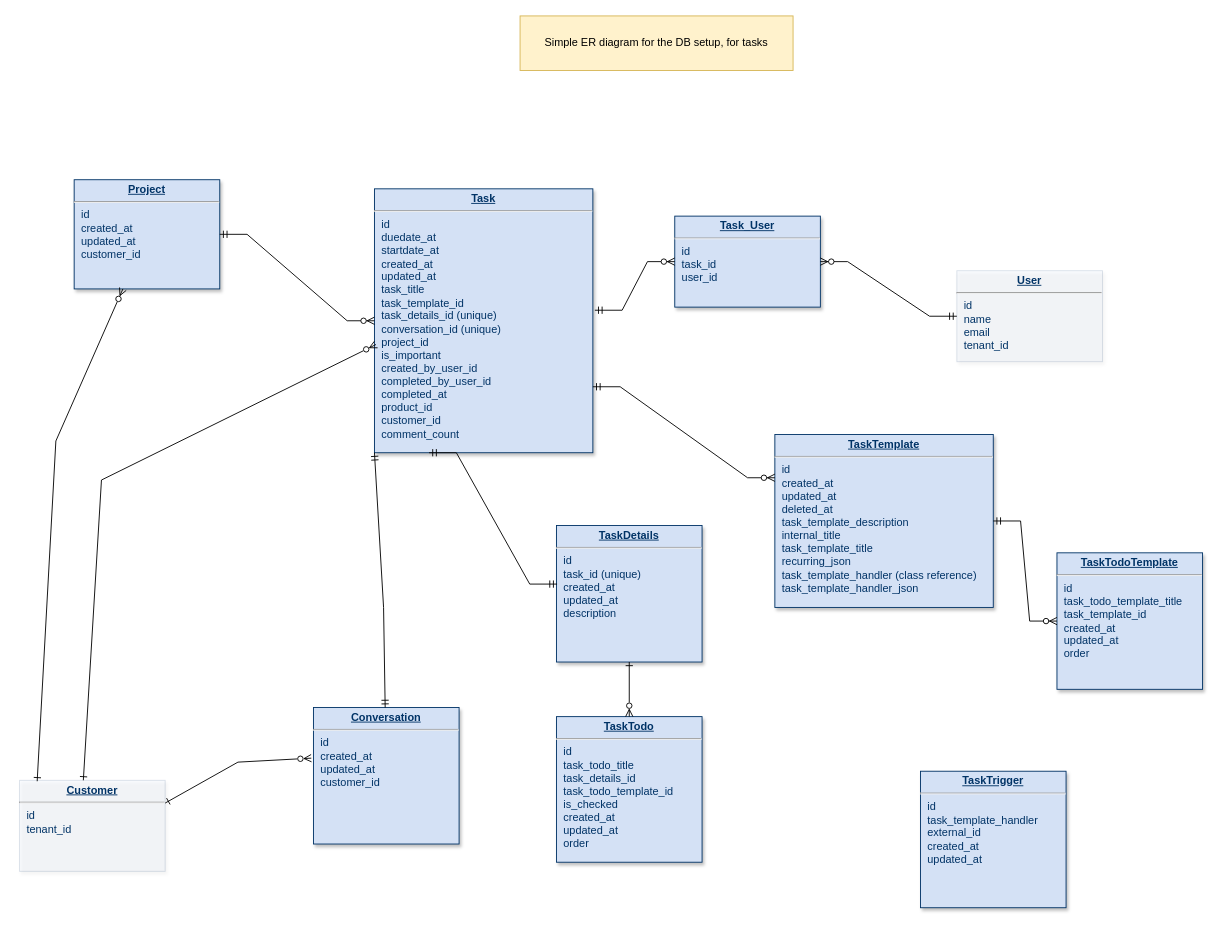
The draw.io diagram tasks.drawio in sanderha/diagrams-repo, before the edit. Source tidied: cells renumbered, new cells numbered last; positions are measured from the earlier drawing's top-left corner, leaving out a move shared by most shapes. Both pictures are drawn from the tidied source at 91%, with x=0, y=0 at pixel (19, 15).
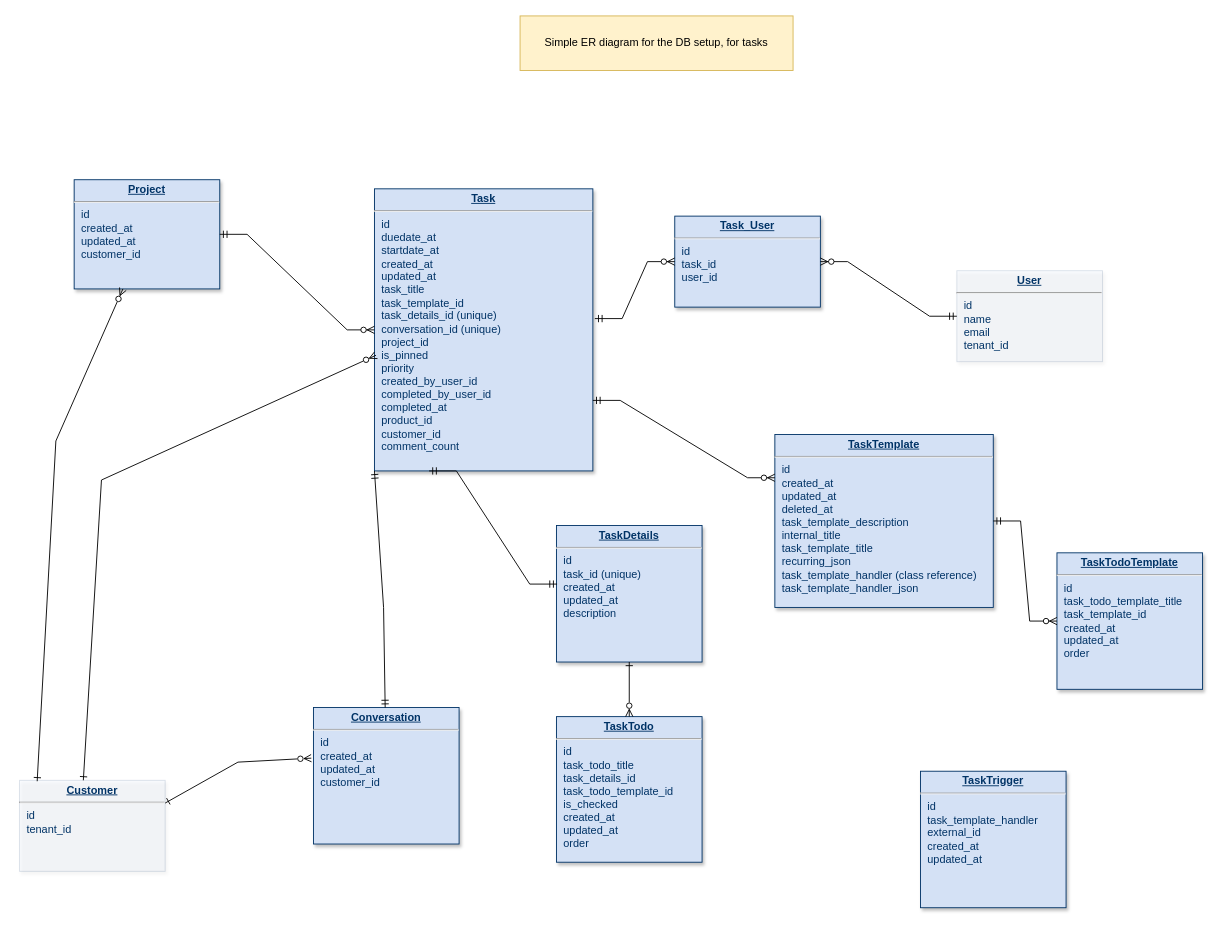
Above is the later version.

The edit, as a diff of the source:
```diff
@@
-    <mxCell id="3" value="&lt;p style=&quot;margin: 0px ; margin-top: 4px ; text-align: center ; text-decoration: underline&quot;&gt;&lt;strong&gt;Task&lt;/strong&gt;&lt;/p&gt;&lt;hr&gt;&lt;p style=&quot;margin: 0px ; margin-left: 8px&quot;&gt;id&lt;/p&gt;&lt;p style=&quot;margin: 0px ; margin-left: 8px&quot;&gt;duedate_at&lt;/p&gt;&lt;p style=&quot;margin: 0px ; margin-left: 8px&quot;&gt;startdate_at&lt;/p&gt;&lt;p style=&quot;margin: 0px ; margin-left: 8px&quot;&gt;created_at&lt;/p&gt;&lt;p style=&quot;margin: 0px ; margin-left: 8px&quot;&gt;updated_at&lt;br&gt;&lt;/p&gt;&lt;p style=&quot;margin: 0px ; margin-left: 8px&quot;&gt;task_title&lt;/p&gt;&lt;p style=&quot;margin: 0px ; margin-left: 8px&quot;&gt;task_template_id&lt;/p&gt;&lt;p style=&quot;margin: 0px ; margin-left: 8px&quot;&gt;task_details_id (unique)&lt;br&gt;&lt;/p&gt;&lt;p style=&quot;margin: 0px ; margin-left: 8px&quot;&gt;conversation_id (unique)&lt;/p&gt;&lt;p style=&quot;margin: 0px ; margin-left: 8px&quot;&gt;project_id&lt;br&gt;&lt;/p&gt;&lt;p style=&quot;margin: 0px ; margin-left: 8px&quot;&gt;is_important&lt;/p&gt;&lt;p style=&quot;margin: 0px ; margin-left: 8px&quot;&gt;created_by_user_id&lt;/p&gt;&lt;p style=&quot;margin: 0px ; margin-left: 8px&quot;&gt;completed_by_user_id&lt;/p&gt;&lt;p style=&quot;margin: 0px ; margin-left: 8px&quot;&gt;completed_at&lt;/p&gt;&lt;p style=&quot;margin: 0px ; margin-left: 8px&quot;&gt;product_id&lt;/p&gt;&lt;p style=&quot;margin: 0px ; margin-left: 8px&quot;&gt;customer_id&lt;/p&gt;&lt;p style=&quot;margin: 0px ; margin-left: 8px&quot;&gt;comment_count&lt;br&gt;&lt;/p&gt;" style="verticalAlign=top;align=left;overflow=fill;fontSize=12;fontFamily=Helvetica;html=1;strokeColor=#003366;shadow=1;fillColor=#D4E1F5;fontColor=#003366;" parent="1" vertex="1">
-      <mxGeometry x="390" y="190" width="240" height="290" as="geometry" />
+    <mxCell id="3" value="&lt;p style=&quot;margin: 0px ; margin-top: 4px ; text-align: center ; text-decoration: underline&quot;&gt;&lt;strong&gt;Task&lt;/strong&gt;&lt;/p&gt;&lt;hr&gt;&lt;p style=&quot;margin: 0px ; margin-left: 8px&quot;&gt;id&lt;/p&gt;&lt;p style=&quot;margin: 0px ; margin-left: 8px&quot;&gt;duedate_at&lt;/p&gt;&lt;p style=&quot;margin: 0px ; margin-left: 8px&quot;&gt;startdate_at&lt;/p&gt;&lt;p style=&quot;margin: 0px ; margin-left: 8px&quot;&gt;created_at&lt;/p&gt;&lt;p style=&quot;margin: 0px ; margin-left: 8px&quot;&gt;updated_at&lt;br&gt;&lt;/p&gt;&lt;p style=&quot;margin: 0px ; margin-left: 8px&quot;&gt;task_title&lt;/p&gt;&lt;p style=&quot;margin: 0px ; margin-left: 8px&quot;&gt;task_template_id&lt;/p&gt;&lt;p style=&quot;margin: 0px ; margin-left: 8px&quot;&gt;task_details_id (unique)&lt;br&gt;&lt;/p&gt;&lt;p style=&quot;margin: 0px ; margin-left: 8px&quot;&gt;conversation_id (unique)&lt;/p&gt;&lt;p style=&quot;margin: 0px ; margin-left: 8px&quot;&gt;project_id&lt;br&gt;&lt;/p&gt;&lt;p style=&quot;margin: 0px ; margin-left: 8px&quot;&gt;is_pinned&lt;/p&gt;&lt;p style=&quot;margin: 0px ; margin-left: 8px&quot;&gt;priority&lt;br&gt;&lt;/p&gt;&lt;p style=&quot;margin: 0px ; margin-left: 8px&quot;&gt;created_by_user_id&lt;/p&gt;&lt;p style=&quot;margin: 0px ; margin-left: 8px&quot;&gt;completed_by_user_id&lt;/p&gt;&lt;p style=&quot;margin: 0px ; margin-left: 8px&quot;&gt;completed_at&lt;/p&gt;&lt;p style=&quot;margin: 0px ; margin-left: 8px&quot;&gt;product_id&lt;/p&gt;&lt;p style=&quot;margin: 0px ; margin-left: 8px&quot;&gt;customer_id&lt;/p&gt;&lt;p style=&quot;margin: 0px ; margin-left: 8px&quot;&gt;comment_count&lt;br&gt;&lt;/p&gt;" style="verticalAlign=top;align=left;overflow=fill;fontSize=12;fontFamily=Helvetica;html=1;strokeColor=#003366;shadow=1;fillColor=#D4E1F5;fontColor=#003366;" parent="1" vertex="1">
+      <mxGeometry x="390" y="190" width="240" height="310" as="geometry" />
     </mxCell>
```
